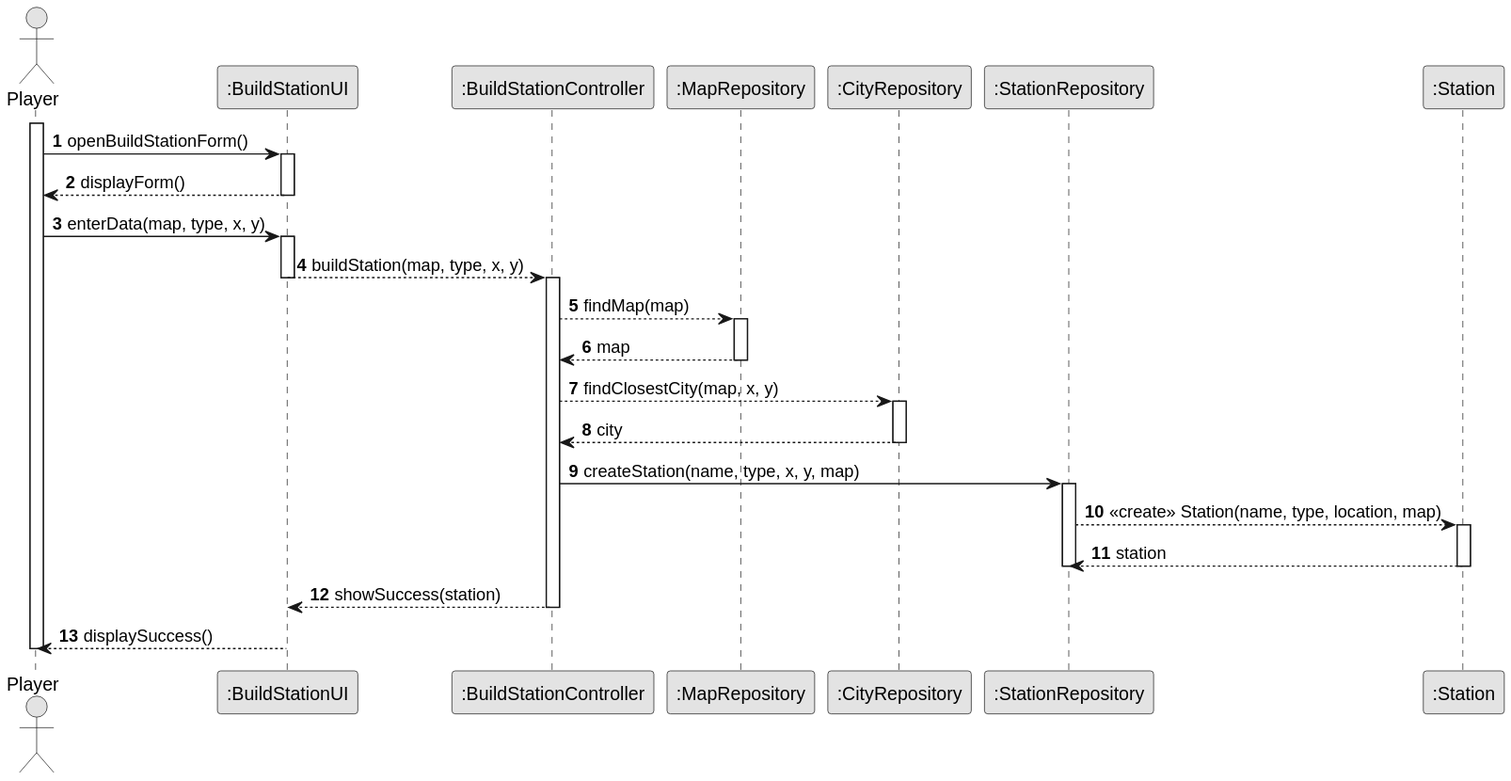
Earlier version of the PlantUML export docs/system-documentation/US005/03.design/svg/US005-SD.svg (goncalolopesp/sem2-pi-24.25-g093-repo). Its diagram source:
```plantuml
@startuml
skinparam monochrome true
skinparam packageStyle rectangle
skinparam shadowing false
autonumber

actor "Player" as Player
participant ":BuildStationUI" as BuildUI
participant ":BuildStationController" as BuildController
participant ":MapRepository" as MapRepo
participant ":CityRepository" as CityRepo
participant ":StationRepository" as StationRepo
participant ":Station" as Station

activate Player
Player -> BuildUI: openBuildStationForm()
activate BuildUI
BuildUI --> Player: displayForm()
deactivate BuildUI

Player -> BuildUI: enterData(map, type, x, y)
activate BuildUI
BuildUI --> BuildController: buildStation(map, type, x, y)
deactivate BuildUI

activate BuildController
BuildController --> MapRepo: findMap(map)
activate MapRepo
MapRepo --> BuildController: map
deactivate MapRepo

BuildController --> CityRepo: findClosestCity(map, x, y)
activate CityRepo
CityRepo --> BuildController: city
deactivate CityRepo

BuildController -> StationRepo: createStation(name, type, x, y, map)
activate StationRepo
StationRepo --> Station: «create» Station(name, type, location, map)
activate Station
Station --> StationRepo: station
deactivate Station
deactivate StationRepo

BuildController --> BuildUI: showSuccess(station)
deactivate BuildController

BuildUI --> Player: displaySuccess()
deactivate Player
@enduml
```
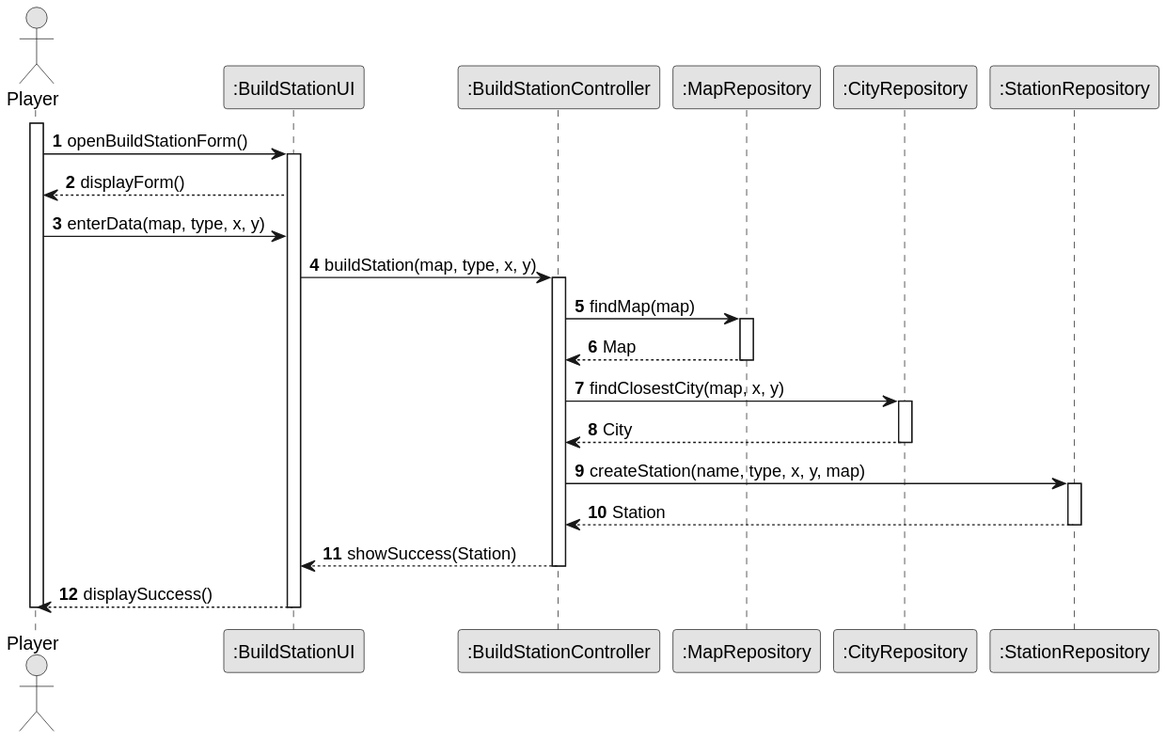
The same diagram one commit later.

What changed in the source:
```diff
@@ -10,41 +10,35 @@
 participant ":MapRepository" as MapRepo
 participant ":CityRepository" as CityRepo
 participant ":StationRepository" as StationRepo
-participant ":Station" as Station
 
 activate Player
 Player -> BuildUI: openBuildStationForm()
 activate BuildUI
 BuildUI --> Player: displayForm()
-deactivate BuildUI
 
 Player -> BuildUI: enterData(map, type, x, y)
-activate BuildUI
-BuildUI --> BuildController: buildStation(map, type, x, y)
-deactivate BuildUI
+BuildUI -> BuildController: buildStation(map, type, x, y)
+activate BuildController
 
-activate BuildController
-BuildController --> MapRepo: findMap(map)
+BuildController -> MapRepo: findMap(map)
 activate MapRepo
-MapRepo --> BuildController: map
+MapRepo --> BuildController: Map
 deactivate MapRepo
 
-BuildController --> CityRepo: findClosestCity(map, x, y)
+BuildController -> CityRepo: findClosestCity(map, x, y)
 activate CityRepo
-CityRepo --> BuildController: city
+CityRepo --> BuildController: City
 deactivate CityRepo
 
 BuildController -> StationRepo: createStation(name, type, x, y, map)
 activate StationRepo
-StationRepo --> Station: «create» Station(name, type, location, map)
-activate Station
-Station --> StationRepo: station
-deactivate Station
+StationRepo --> BuildController: Station
 deactivate StationRepo
 
-BuildController --> BuildUI: showSuccess(station)
+BuildController --> BuildUI: showSuccess(Station)
 deactivate BuildController
 
 BuildUI --> Player: displaySuccess()
+deactivate BuildUI
 deactivate Player
 @enduml
```
